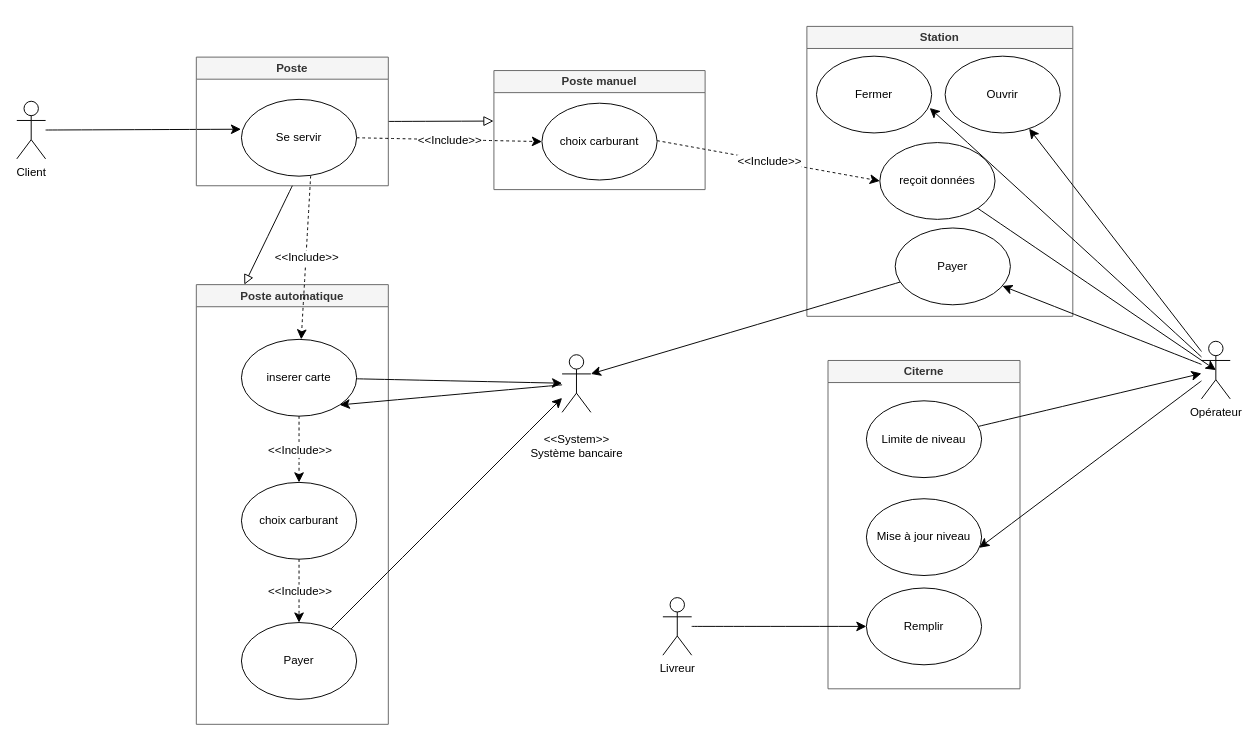
NLetenneur/UML-Introduction keeps this draw.io diagram as Totality/Diagramme sans nom.drawio. Above is the earlier version. Source tidied: cells renumbered, new cells numbered last; positions are measured from the earlier drawing's top-left corner, leaving out a move shared by most shapes. Both pictures are drawn from the tidied source at 96%, with x=0, y=0 at pixel (16, 26).
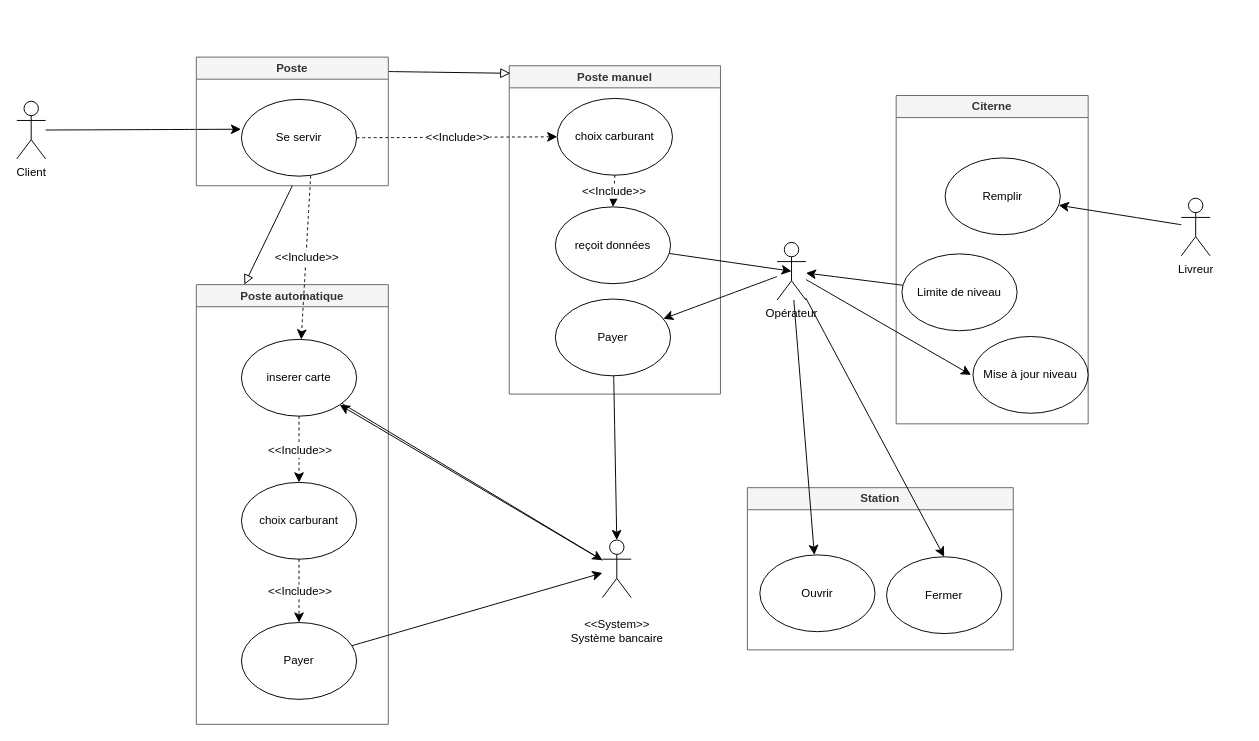
The same page after the edit.

Commit message:
Mettre à jour Diagramme sans nom.drawio

The change refers to these unchanged cells:
```xml
<mxCell id="13" value="choix carburant" style="ellipse;whiteSpace=wrap;html=1;" parent="12" vertex="1">
  <mxGeometry x="50" y="34" width="120" height="80" as="geometry" />
</mxCell>
<mxCell id="37" value="Poste" style="swimlane;whiteSpace=wrap;html=1;fillColor=#f5f5f5;fontColor=#333333;strokeColor=#666666;" parent="1" vertex="1">
  <mxGeometry x="187" y="32" width="200" height="134" as="geometry" />
</mxCell>
```

Change to the diagram source:
```diff
@@
     <mxCell id="12" value="Poste manuel" style="swimlane;whiteSpace=wrap;html=1;fillColor=#f5f5f5;fontColor=#333333;strokeColor=#666666;" parent="1" vertex="1">
-      <mxGeometry x="497" y="46" width="220" height="124" as="geometry" />
+      <mxGeometry x="513" y="41" width="220" height="342" as="geometry" />
     </mxCell>
@@
-    <mxCell id="14" style="endArrow=classic;html=1;rounded=0;fontSize=12;startSize=8;endSize=8;curved=1;exitX=0.601;exitY=0.994;exitDx=0;exitDy=0;exitPerimeter=0;dashed=1;entryX=0;entryY=0.5;entryDx=0;entryDy=0;" parent="12" edge="1" target="17">
-      <mxGeometry relative="1" as="geometry">
-        <mxPoint x="170" y="73" as="sourcePoint" />
-      </mxGeometry>
+    <mxCell id="14" style="endArrow=classic;html=1;rounded=0;fontSize=12;startSize=8;endSize=8;curved=1;exitX=0.5;exitY=1;exitDx=0;exitDy=0;dashed=1;entryX=0.5;entryY=0;entryDx=0;entryDy=0;" parent="12" edge="1" source="13" target="17">
+      <mxGeometry relative="1" as="geometry" />
     </mxCell>
@@
-    <mxCell id="16" value="&lt;br&gt;Station&lt;div&gt;&lt;br/&gt;&lt;/div&gt;" style="swimlane;whiteSpace=wrap;html=1;fillColor=#f5f5f5;fontColor=#333333;strokeColor=#666666;" parent="1" vertex="1">
-      <mxGeometry x="823" width="277" height="302" as="geometry" />
-    </mxCell>
-    <mxCell id="17" value="reçoit données" style="ellipse;whiteSpace=wrap;html=1;" parent="16" vertex="1">
-      <mxGeometry x="76" y="121" width="120" height="80" as="geometry" />
+    <mxCell id="17" value="reçoit données" style="ellipse;whiteSpace=wrap;html=1;" parent="12" vertex="1">
+      <mxGeometry x="48" y="147" width="120" height="80" as="geometry" />
     </mxCell>
-    <mxCell id="18" value="Payer" style="ellipse;whiteSpace=wrap;html=1;" parent="16" vertex="1">
-      <mxGeometry x="92" y="210" width="120" height="80" as="geometry" />
+    <mxCell id="18" value="Payer" style="ellipse;whiteSpace=wrap;html=1;" parent="12" vertex="1">
+      <mxGeometry x="48" y="243" width="120" height="80" as="geometry" />
     </mxCell>
+    <mxCell id="16" value="&lt;br&gt;Station&lt;div&gt;&lt;br/&gt;&lt;/div&gt;" style="swimlane;whiteSpace=wrap;html=1;fillColor=#f5f5f5;fontColor=#333333;strokeColor=#666666;" parent="1" vertex="1">
+      <mxGeometry x="761" y="480.5" width="277" height="169" as="geometry" />
+    </mxCell>
     <mxCell id="19" value="Ouvrir" style="ellipse;whiteSpace=wrap;html=1;" parent="16" vertex="1">
-      <mxGeometry x="144" y="31" width="120" height="80" as="geometry" />
+      <mxGeometry x="13" y="70" width="120" height="80" as="geometry" />
     </mxCell>
     <mxCell id="20" value="Fermer" style="ellipse;whiteSpace=wrap;html=1;" parent="16" vertex="1">
-      <mxGeometry x="10" y="31" width="120" height="80" as="geometry" />
+      <mxGeometry x="145" y="72" width="120" height="80" as="geometry" />
     </mxCell>
@@
     <mxCell id="22" value="Opérateur" style="shape=umlActor;verticalLabelPosition=bottom;verticalAlign=top;html=1;outlineConnect=0;" parent="1" vertex="1">
-      <mxGeometry x="1234" y="328" width="30" height="60" as="geometry" />
+      <mxGeometry x="792" y="225" width="30" height="60" as="geometry" />
     </mxCell>
@@
     <mxCell id="24" value="&lt;div&gt;&lt;br&gt;&lt;/div&gt;&lt;div&gt;&amp;lt;&amp;lt;System&amp;gt;&amp;gt;&lt;br&gt;&lt;/div&gt;&lt;div&gt;Système bancaire&lt;/div&gt;&lt;div&gt;&lt;br&gt;&lt;/div&gt;" style="shape=umlActor;verticalLabelPosition=bottom;verticalAlign=top;html=1;outlineConnect=0;" parent="1" vertex="1">
-      <mxGeometry x="568" y="342" width="30" height="60" as="geometry" />
+      <mxGeometry x="610" y="535" width="30" height="60" as="geometry" />
     </mxCell>
@@
-    <mxCell id="28" style="edgeStyle=none;curved=1;rounded=0;jettySize=auto;html=1;entryX=1;entryY=0.3333333333333333;entryDx=0;entryDy=0;entryPerimeter=0;fontSize=12;startSize=8;endSize=8;" parent="1" edge="1" source="18" target="24">
+    <mxCell id="28" style="edgeStyle=none;curved=1;rounded=0;jettySize=auto;html=1;entryX=0.5;entryY=0;entryDx=0;entryDy=0;entryPerimeter=0;fontSize=12;startSize=8;endSize=8;" parent="1" edge="1" source="18" target="24">
       <mxGeometry relative="1" as="geometry" />
     </mxCell>
     <mxCell id="29" value="Citerne" style="swimlane;whiteSpace=wrap;html=1;fillColor=#f5f5f5;fontColor=#333333;strokeColor=#666666;" parent="1" vertex="1">
-      <mxGeometry x="845" y="348" width="200" height="342" as="geometry" />
+      <mxGeometry x="916" y="72" width="200" height="342" as="geometry" />
     </mxCell>
     <mxCell id="30" value="Limite de niveau" style="ellipse;whiteSpace=wrap;html=1;" parent="29" vertex="1">
-      <mxGeometry x="40" y="42" width="120" height="80" as="geometry" />
+      <mxGeometry x="6" y="165" width="120" height="80" as="geometry" />
     </mxCell>
     <mxCell id="31" value="Mise à jour niveau" style="ellipse;whiteSpace=wrap;html=1;" parent="29" vertex="1">
-      <mxGeometry x="40" y="144" width="120" height="80" as="geometry" />
+      <mxGeometry x="80" y="251" width="120" height="80" as="geometry" />
     </mxCell>
     <mxCell id="32" value="Remplir" style="ellipse;whiteSpace=wrap;html=1;" parent="29" vertex="1">
-      <mxGeometry x="40" y="237" width="120" height="80" as="geometry" />
+      <mxGeometry x="51" y="65" width="120" height="80" as="geometry" />
     </mxCell>
@@
-    <mxCell id="34" style="edgeStyle=none;curved=1;rounded=0;jettySize=auto;html=1;entryX=0.98;entryY=0.639;entryDx=0;entryDy=0;entryPerimeter=0;fontSize=12;startSize=8;endSize=8;" parent="1" edge="1" source="22" target="31">
-      <mxGeometry relative="1" as="geometry" />
+    <mxCell id="34" style="edgeStyle=none;curved=1;rounded=0;jettySize=auto;html=1;fontSize=12;startSize=8;endSize=8;" parent="1" edge="1" source="22">
+      <mxGeometry relative="1" as="geometry">
+        <mxPoint x="994" y="363" as="targetPoint" />
+      </mxGeometry>
     </mxCell>
@@
-    <mxCell id="36" style="edgeStyle=none;curved=1;rounded=0;jettySize=auto;html=1;exitX=1;exitY=0.5;exitDx=0;exitDy=0;fontSize=12;startSize=8;endSize=8;endArrow=block;endFill=0;" parent="1" edge="1" source="37">
-      <mxGeometry relative="1" as="geometry">
-        <mxPoint x="496.6" y="98.6" as="targetPoint" />
-      </mxGeometry>
+    <mxCell id="36" style="edgeStyle=none;curved=1;rounded=0;jettySize=auto;html=1;exitX=0.995;exitY=0.112;exitDx=0;exitDy=0;fontSize=12;startSize=8;endSize=8;endArrow=block;endFill=0;exitPerimeter=0;entryX=0.005;entryY=0.023;entryDx=0;entryDy=0;entryPerimeter=0;" parent="1" edge="1" source="37" target="12">
+      <mxGeometry relative="1" as="geometry" />
     </mxCell>
@@
-    <mxCell id="44" style="edgeStyle=none;curved=1;rounded=0;jettySize=auto;html=1;entryX=0.983;entryY=0.675;entryDx=0;entryDy=0;entryPerimeter=0;fontSize=12;startSize=8;endSize=8;" parent="1" edge="1" source="22" target="20">
+    <mxCell id="44" style="edgeStyle=none;curved=1;rounded=0;jettySize=auto;html=1;entryX=0.5;entryY=0;entryDx=0;entryDy=0;fontSize=12;startSize=8;endSize=8;" parent="1" edge="1" source="22" target="20">
       <mxGeometry relative="1" as="geometry" />
     </mxCell>
@@
     <mxCell id="46" value="Livreur" style="shape=umlActor;verticalLabelPosition=bottom;verticalAlign=top;html=1;outlineConnect=0;" parent="1" vertex="1">
-      <mxGeometry x="673" y="595" width="30" height="60" as="geometry" />
+      <mxGeometry x="1213" y="179" width="30" height="60" as="geometry" />
     </mxCell>
+    <mxCell id="47" style="edgeStyle=none;curved=1;rounded=0;orthogonalLoop=1;jettySize=auto;html=1;exitX=0.5;exitY=0;exitDx=0;exitDy=0;fontSize=12;startSize=8;endSize=8;" parent="1" edge="1" source="12" target="12">
+      <mxGeometry relative="1" as="geometry" />
+    </mxCell>
```
